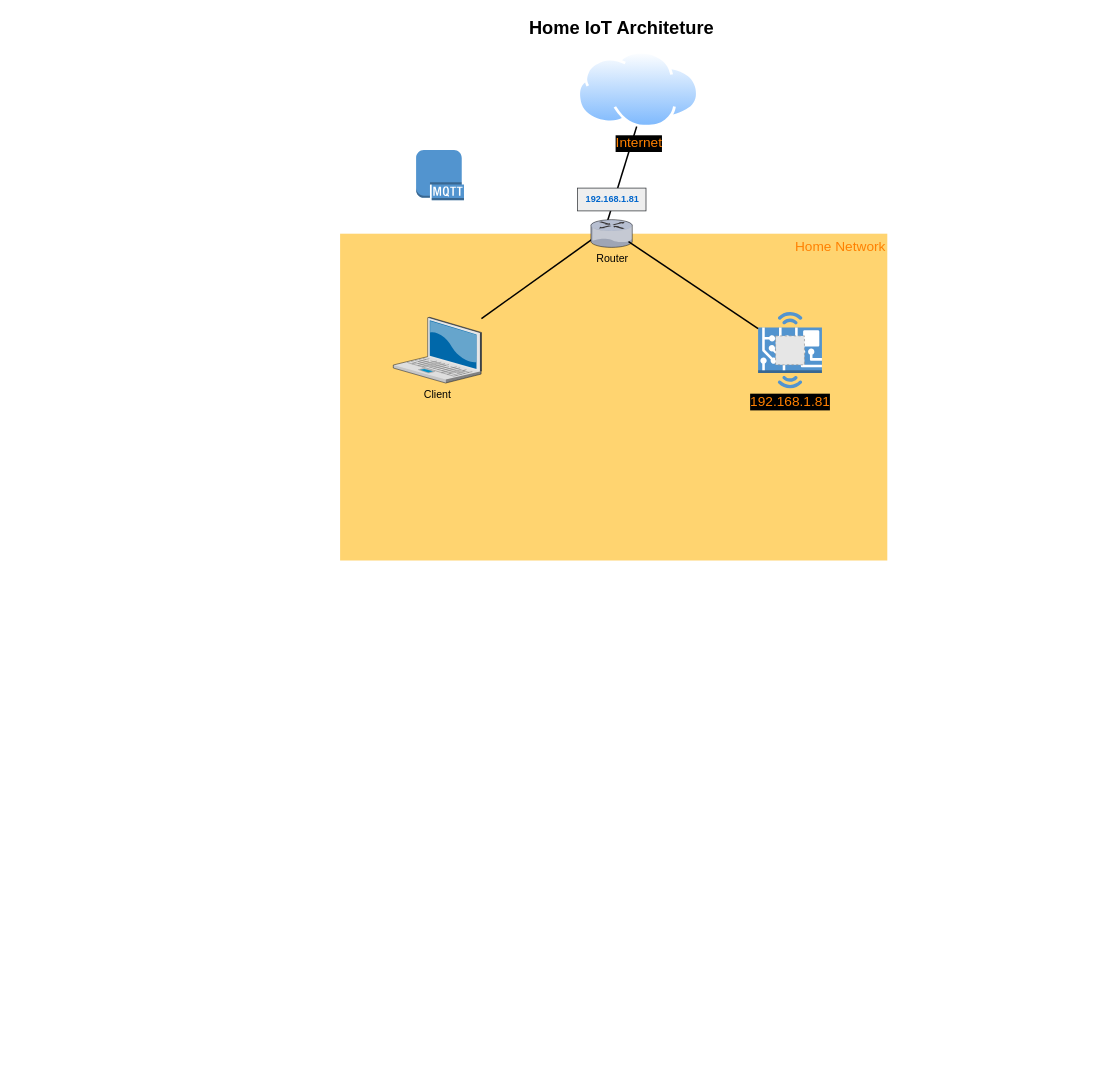
Above: drawio/design.drawio in lilpilgit/Kubernetes-Stuff (draw.io), before the change. Source tidied: cells renumbered, new cells numbered last; positions are measured from the earlier drawing's top-left corner, leaving out a move shared by most shapes. Both pictures are drawn from the tidied source at 76%, with x=0, y=0 at pixel (293, 13). Pictures stored in the file or linked from it are replaced by grey dashed boxes.
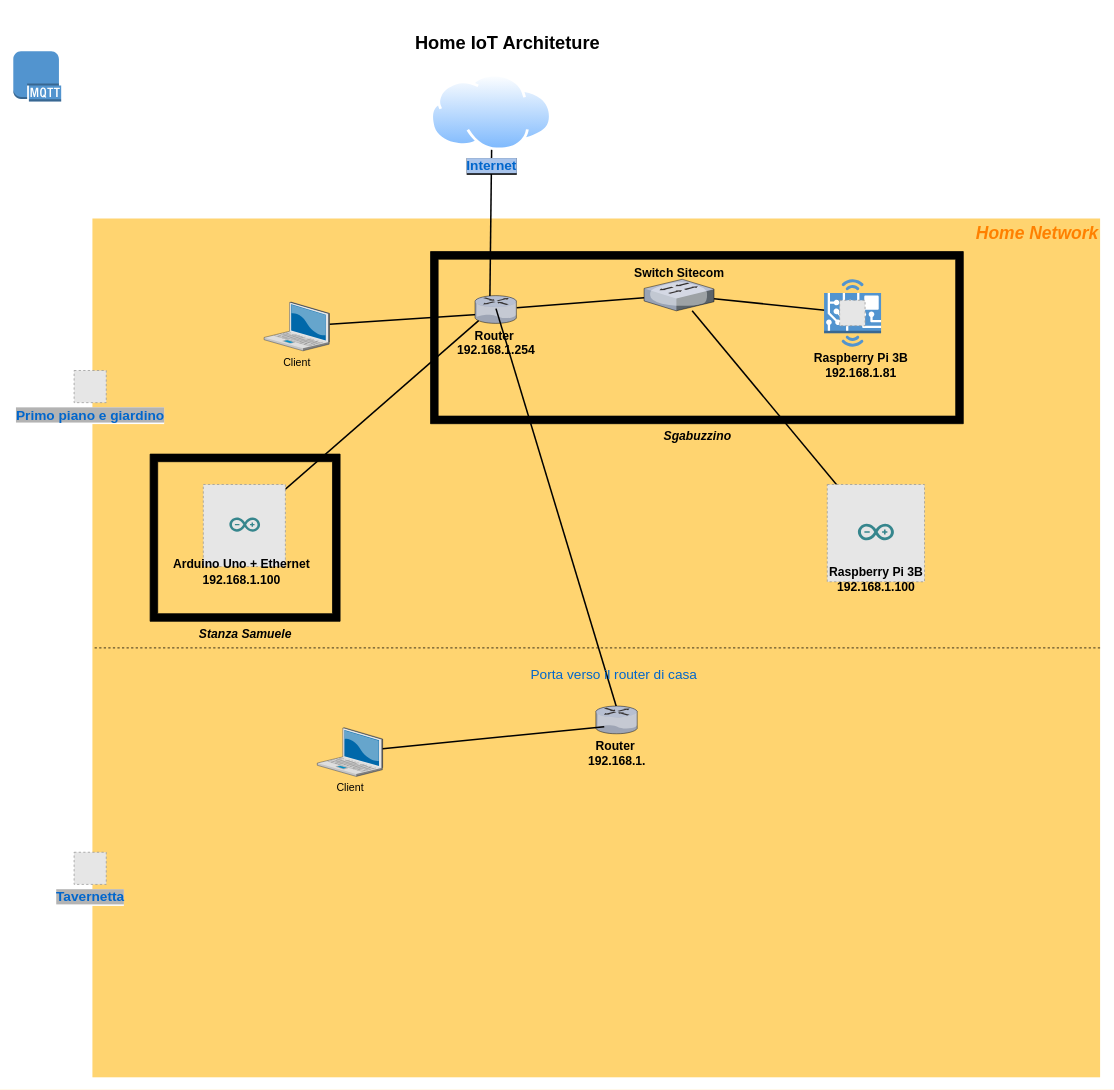
The same page after the edit.

Change to the diagram source:
```diff
@@
+    <mxCell id="16" style="group;" parent="1" vertex="1">
+      <mxGeometry x="-289" y="270" width="1350" height="1130" as="geometry" />
+    </mxCell>
+    <mxCell id="17" style="group;" parent="16" vertex="1">
+      <mxGeometry width="1350" height="1130" as="geometry" />
+    </mxCell>
-    <mxCell id="2" value="&lt;div style=&quot;&quot;&gt;&lt;span style=&quot;font-size: 18px; background-color: initial;&quot;&gt;&lt;font color=&quot;#ff8000&quot;&gt;Home Network&lt;/font&gt;&lt;/span&gt;&lt;/div&gt;" style="whiteSpace=wrap;html=1;fillColor=#FFD470;gradientColor=none;fontSize=14;strokeColor=none;verticalAlign=top;align=right;" parent="1" vertex="1">
-      <mxGeometry x="61" y="290" width="720" height="430" as="geometry" />
+    <mxCell id="2" value="&lt;div style=&quot;&quot;&gt;&lt;span style=&quot;background-color: initial;&quot;&gt;&lt;font style=&quot;font-size: 23px;&quot; color=&quot;#ff8000&quot;&gt;&lt;b&gt;&lt;i&gt;Home Network&lt;/i&gt;&lt;/b&gt;&lt;/font&gt;&lt;/span&gt;&lt;/div&gt;" style="whiteSpace=wrap;html=1;fillColor=#FFD470;gradientColor=none;fontSize=14;strokeColor=none;verticalAlign=top;align=right;" parent="17" vertex="1">
+      <mxGeometry x="24.1" width="1325.9" height="1130" as="geometry" />
     </mxCell>
+    <mxCell id="18" value="&lt;font color=&quot;#0066cc&quot; style=&quot;font-size: 18px; background-color: rgb(179, 179, 179);&quot;&gt;&lt;b style=&quot;&quot;&gt;Primo piano e giardino&lt;/b&gt;&lt;/font&gt;" style="fillColor=#E6E6E6;strokeColor=#999999;dashed=1;html=1;verticalAlign=top;verticalLabelPosition=bottom;labelBackgroundColor=#ffffff;fontSize=9;fontColor=#B5739D;" parent="17" vertex="1">
+      <mxGeometry y="200" width="42.3" height="42.3" as="geometry" />
+    </mxCell>
+    <mxCell id="19" style="endArrow=none;dashed=1;html=1;rounded=0;fontSize=9;fontColor=#B5739D;exitX=1;exitY=0.5;exitDx=0;exitDy=0;entryX=0;entryY=0.5;entryDx=0;entryDy=0;" parent="17" edge="1" source="2" target="2">
+      <mxGeometry relative="1" as="geometry" />
+    </mxCell>
+    <mxCell id="20" value="Client" style="verticalLabelPosition=bottom;html=1;verticalAlign=top;strokeColor=none;shape=mxgraph.citrix.laptop_2;fillColor=#66B2FF;gradientColor=#0066CC;fontSize=14;" parent="17" vertex="1">
+      <mxGeometry x="320" y="670" width="86" height="64.1" as="geometry" />
+    </mxCell>
+    <mxCell id="21" value="&lt;font color=&quot;#0066cc&quot; style=&quot;font-size: 18px; background-color: rgb(179, 179, 179);&quot;&gt;&lt;b style=&quot;&quot;&gt;Tavernetta&lt;/b&gt;&lt;/font&gt;" style="fillColor=#E6E6E6;strokeColor=#999999;dashed=1;html=1;verticalAlign=top;verticalLabelPosition=bottom;labelBackgroundColor=#ffffff;fontSize=9;fontColor=#B5739D;" parent="16" vertex="1">
+      <mxGeometry y="833.9" width="42.3" height="42.3" as="geometry" />
+    </mxCell>
@@
     <mxCell id="4" value="Client" style="verticalLabelPosition=bottom;html=1;verticalAlign=top;strokeColor=none;shape=mxgraph.citrix.laptop_2;fillColor=#66B2FF;gradientColor=#0066CC;fontSize=14;" parent="1" vertex="1">
-      <mxGeometry x="131" y="400" width="116" height="86.5" as="geometry" />
+      <mxGeometry x="-39" y="380" width="86" height="64.1" as="geometry" />
     </mxCell>
     <mxCell id="5" value="Home IoT Architeture" style="text;strokeColor=none;fillColor=none;html=1;fontSize=24;fontStyle=1;verticalAlign=middle;align=center;" parent="1" vertex="1">
-      <mxGeometry width="861" height="40" as="geometry" />
+      <mxGeometry x="-150" y="20" width="861" height="40" as="geometry" />
     </mxCell>
@@
-    <mxCell id="7" value="Internet" style="perimeter=ellipsePerimeter;html=1;align=center;shadow=0;dashed=0;spacingTop=3;image;image=img/lib/active_directory/internet_cloud.svg;labelBackgroundColor=#000000;fontSize=18;fontColor=#FF8000;" parent="1" vertex="1">
-      <mxGeometry x="373.5" y="50" width="160" height="100.8" as="geometry" />
+    <mxCell id="7" value="&lt;span style=&quot;background-color: rgb(169, 196, 235);&quot;&gt;&lt;font color=&quot;#0066cc&quot;&gt;&lt;b&gt;Internet&lt;/b&gt;&lt;/font&gt;&lt;/span&gt;" style="perimeter=ellipsePerimeter;html=1;align=center;shadow=0;dashed=0;spacingTop=3;image;image=img/lib/active_directory/internet_cloud.svg;labelBackgroundColor=#000000;fontSize=18;fontColor=#FF8000;" parent="1" vertex="1">
+      <mxGeometry x="180" y="80" width="160" height="100.8" as="geometry" />
     </mxCell>
-    <mxCell id="8" style="group;" parent="1" vertex="1">
-      <mxGeometry x="611" y="393" width="84" height="100.5" as="geometry" />
-    </mxCell>
-    <mxCell id="9" value="192.168.1.81" style="outlineConnect=0;dashed=0;verticalLabelPosition=bottom;verticalAlign=top;align=center;html=1;shape=mxgraph.aws3.hardware_board;fillColor=#5294CF;gradientColor=none;labelBackgroundColor=#000000;fontSize=18;fontColor=#FF8000;" parent="8" vertex="1">
-      <mxGeometry width="84" height="100.5" as="geometry" />
-    </mxCell>
-    <mxCell id="10" style="fillColor=#E6E6E6;strokeColor=#999999;dashed=1;html=1;verticalAlign=top;verticalLabelPosition=bottom;labelBackgroundColor=#ffffff;fontSize=18;fontColor=#FF8000;" parent="8" vertex="1">
-      <mxGeometry x="23" y="31.5" width="38" height="38" as="geometry" />
-    </mxCell>
     <mxCell id="11" style="group;" parent="1" vertex="1">
-      <mxGeometry x="373.5" y="230" width="90" height="78" as="geometry" />
+      <mxGeometry x="221" y="330" width="90" height="78" as="geometry" />
     </mxCell>
-    <mxCell id="12" value="Router" style="verticalLabelPosition=bottom;html=1;verticalAlign=top;strokeColor=none;shape=mxgraph.citrix.router;fillColor=#66B2FF;gradientColor=#0066CC;fontSize=14;" parent="11" vertex="1">
+    <mxCell id="12" value="&lt;b style=&quot;border-color: var(--border-color); font-size: 16px;&quot;&gt;Router&amp;nbsp;&lt;br&gt;192.168.1.254&lt;br&gt;&lt;/b&gt;" style="verticalLabelPosition=bottom;html=1;verticalAlign=top;strokeColor=none;shape=mxgraph.citrix.router;fillColor=#66B2FF;gradientColor=#0066CC;fontSize=14;" parent="11" vertex="1">
       <mxGeometry x="17.5" y="41.5" width="55" height="36.5" as="geometry" />
     </mxCell>
-    <mxCell id="13" value="&lt;b&gt;&lt;font color=&quot;#0066cc&quot;&gt;192.168.1.81&lt;/font&gt;&lt;/b&gt;" style="text;html=1;align=center;verticalAlign=middle;fillColor=#eeeeee;strokeColor=#36393d;" parent="11" vertex="1">
-      <mxGeometry width="90" height="30" as="geometry" />
-    </mxCell>
-    <mxCell id="14" style="edgeStyle=none;rounded=0;html=1;startSize=10;endSize=10;jettySize=auto;fontSize=14;endArrow=none;endFill=0;strokeWidth=2;entryX=0.9;entryY=0.791;entryDx=0;entryDy=0;entryPerimeter=0;" parent="1" edge="1" source="9" target="12">
+    <mxCell id="14" style="edgeStyle=none;rounded=0;html=1;startSize=10;endSize=10;jettySize=auto;fontSize=14;endArrow=none;endFill=0;strokeWidth=2;" parent="1" edge="1" source="44" target="38">
       <mxGeometry relative="1" as="geometry" />
     </mxCell>
     <mxCell id="15" style="dashed=0;verticalLabelPosition=bottom;verticalAlign=top;align=center;html=1;shape=mxgraph.aws3.mqtt_protocol;fillColor=#5294CF;gradientColor=none;labelBackgroundColor=#000000;fontSize=18;fontColor=#FF8000;" parent="1" vertex="1">
-      <mxGeometry x="161" y="180" width="63" height="66" as="geometry" />
+      <mxGeometry x="-369" y="50" width="63" height="66" as="geometry" />
     </mxCell>
+    <mxCell id="22" style="edgeStyle=none;rounded=0;html=1;startSize=10;endSize=10;jettySize=auto;fontSize=14;endArrow=none;endFill=0;strokeWidth=2;entryX=0.087;entryY=0.903;entryDx=0;entryDy=0;entryPerimeter=0;" parent="1" edge="1" source="33" target="12">
+      <mxGeometry relative="1" as="geometry" />
+    </mxCell>
+    <mxCell id="23" style="edgeStyle=none;html=1;startSize=10;endSize=10;jettySize=auto;fontSize=9;endArrow=none;endFill=0;strokeWidth=2;rounded=0;" parent="1" edge="1" source="27" target="38">
+      <mxGeometry relative="1" as="geometry" />
+    </mxCell>
+    <mxCell id="24" style="group;" parent="1" vertex="1">
+      <mxGeometry x="691" y="620" width="150" height="150" as="geometry" />
+    </mxCell>
+    <mxCell id="25" style="group;" parent="24" vertex="1">
+      <mxGeometry x="11" width="128" height="128" as="geometry" />
+    </mxCell>
+    <mxCell id="26" style="fillColor=#E6E6E6;strokeColor=#999999;dashed=1;html=1;verticalAlign=top;verticalLabelPosition=bottom;labelBackgroundColor=#ffffff;" parent="25" vertex="1">
+      <mxGeometry width="128" height="128" as="geometry" />
+    </mxCell>
+    <mxCell id="27" style="dashed=0;outlineConnect=0;html=1;align=center;labelPosition=center;verticalLabelPosition=bottom;verticalAlign=top;shape=mxgraph.weblogos.arduino;fillColor=#36868D;strokeColor=none;" parent="25" vertex="1">
+      <mxGeometry x="40.3" y="51.5" width="47.4" height="22" as="geometry" />
+    </mxCell>
+    <mxCell id="28" value="&lt;font color=&quot;#000000&quot; style=&quot;font-size: 16px;&quot;&gt;&lt;b&gt;Raspberry Pi 3B&lt;br&gt;192.168.1.100&lt;/b&gt;&lt;/font&gt;" style="text;html=1;align=center;verticalAlign=middle;strokeColor=none;fillColor=none;fontColor=#FF8000;" parent="24" vertex="1">
+      <mxGeometry y="100" width="150" height="50" as="geometry" />
+    </mxCell>
+    <mxCell id="29" style="group;" parent="1" vertex="1">
+      <mxGeometry x="-189" y="580" width="250" height="220" as="geometry" />
+    </mxCell>
+    <mxCell id="30" style="group;" parent="29" vertex="1">
+      <mxGeometry x="50" y="40" width="175" height="150" as="geometry" />
+    </mxCell>
+    <mxCell id="31" style="group;" parent="30" vertex="1">
+      <mxGeometry x="20" width="109" height="108" as="geometry" />
+    </mxCell>
+    <mxCell id="32" value="&lt;span style=&quot;font-size: 18px; background-color: rgb(0, 0, 0);&quot;&gt;&lt;font color=&quot;#ff8000&quot;&gt;&lt;br&gt;&lt;/font&gt;&lt;/span&gt;" style="fillColor=#E6E6E6;strokeColor=#999999;dashed=1;html=1;verticalAlign=top;verticalLabelPosition=bottom;labelBackgroundColor=#ffffff;" parent="31" vertex="1">
+      <mxGeometry width="108" height="108" as="geometry" />
+    </mxCell>
+    <mxCell id="33" style="dashed=0;outlineConnect=0;html=1;align=center;labelPosition=center;verticalLabelPosition=bottom;verticalAlign=top;shape=mxgraph.weblogos.arduino;fillColor=#36868D;strokeColor=none;" parent="31" vertex="1">
+      <mxGeometry x="34.3" y="43.5" width="40.4" height="18.6" as="geometry" />
+    </mxCell>
+    <mxCell id="34" value="&lt;font color=&quot;#000000&quot; style=&quot;font-size: 16px;&quot;&gt;&lt;b&gt;Arduino Uno + Ethernet&lt;br&gt;192.168.1.100&lt;/b&gt;&lt;/font&gt;" style="text;html=1;align=center;verticalAlign=middle;strokeColor=none;fillColor=none;fontColor=#FF8000;" parent="30" vertex="1">
+      <mxGeometry x="-30" y="90" width="200" height="50" as="geometry" />
+    </mxCell>
+    <mxCell id="35" value="&lt;b&gt;&lt;i&gt;Stanza Samuele&lt;/i&gt;&lt;/b&gt;" style="verticalLabelPosition=bottom;html=1;verticalAlign=top;align=center;shape=mxgraph.floorplan.room;fillColor=strokeColor;labelBackgroundColor=none;fontSize=16;fontColor=#000000;" parent="29" vertex="1">
+      <mxGeometry width="250" height="220" as="geometry" />
+    </mxCell>
+    <mxCell id="36" style="group;" parent="1" vertex="1">
+      <mxGeometry x="180" y="313.5" width="701" height="226.5" as="geometry" />
+    </mxCell>
+    <mxCell id="37" value="&lt;b&gt;&lt;i&gt;Sgabuzzino&lt;/i&gt;&lt;/b&gt;" style="verticalLabelPosition=bottom;html=1;verticalAlign=top;align=center;shape=mxgraph.floorplan.room;fillColor=strokeColor;labelBackgroundColor=none;fontSize=16;fontColor=#000000;" parent="36" vertex="1">
+      <mxGeometry width="701" height="226.5" as="geometry" />
+    </mxCell>
+    <mxCell id="38" value="&lt;font color=&quot;#000000&quot;&gt;&lt;span style=&quot;font-size: 16px;&quot;&gt;&lt;b&gt;Switch Sitecom&lt;/b&gt;&lt;/span&gt;&lt;/font&gt;" style="verticalLabelPosition=bottom;sketch=0;html=1;verticalAlign=top;strokeColor=none;align=center;outlineConnect=0;shape=mxgraph.citrix.switch;labelBackgroundColor=none;fontSize=18;fontColor=#B5739D;spacingTop=-67;" parent="36" vertex="1">
+      <mxGeometry x="281" y="36.5" width="92" height="41.5" as="geometry" />
+    </mxCell>
+    <mxCell id="39" style="group;" parent="1" vertex="1">
+      <mxGeometry x="671" y="350" width="167" height="150" as="geometry" />
+    </mxCell>
+    <mxCell id="40" value="&lt;font color=&quot;#000000&quot; style=&quot;font-size: 16px;&quot;&gt;&lt;b&gt;Raspberry Pi 3B&lt;br&gt;192.168.1.81&lt;/b&gt;&lt;/font&gt;" style="text;html=1;align=center;verticalAlign=middle;strokeColor=none;fillColor=none;fontColor=#FF8000;" parent="39" vertex="1">
+      <mxGeometry y="88.2" width="150" height="50" as="geometry" />
+    </mxCell>
+    <mxCell id="41" style="group;" parent="39" vertex="1">
+      <mxGeometry x="26.8" width="140.2" height="150" as="geometry" />
+    </mxCell>
+    <mxCell id="42" style="group;" parent="41" vertex="1">
+      <mxGeometry width="75" height="88.7" as="geometry" />
+    </mxCell>
+    <mxCell id="43" style="dashed=0;verticalLabelPosition=bottom;verticalAlign=top;align=center;html=1;shape=mxgraph.aws3.hardware_board;fillColor=#5294CF;gradientColor=none;labelBackgroundColor=#000000;fontSize=18;fontColor=#FF8000;" parent="42" vertex="1">
+      <mxGeometry width="75" height="88.7" as="geometry" />
+    </mxCell>
+    <mxCell id="44" style="fillColor=#E6E6E6;strokeColor=#999999;dashed=1;html=1;verticalAlign=top;verticalLabelPosition=bottom;labelBackgroundColor=#ffffff;fontSize=18;fontColor=#FF8000;" parent="42" vertex="1">
+      <mxGeometry x="20.5" y="27.6" width="33.5" height="33.5" as="geometry" />
+    </mxCell>
+    <mxCell id="45" style="edgeStyle=none;rounded=0;html=1;startSize=10;endSize=10;jettySize=auto;fontSize=14;endArrow=none;endFill=0;strokeWidth=2;" parent="1" edge="1" source="38" target="12">
+      <mxGeometry relative="1" as="geometry" />
+    </mxCell>
+    <mxCell id="46" style="edgeStyle=none;rounded=0;html=1;startSize=10;endSize=10;jettySize=auto;fontSize=14;endArrow=none;endFill=0;strokeWidth=2;entryX=0.502;entryY=0.467;entryDx=0;entryDy=0;entryPerimeter=0;exitX=0.576;exitY=0.446;exitDx=0;exitDy=0;exitPerimeter=0;" parent="1" edge="1" source="49" target="12">
+      <mxGeometry relative="1" as="geometry" />
+    </mxCell>
+    <mxCell id="47" style="group;" parent="1" vertex="1">
+      <mxGeometry x="301" y="850" width="240" height="98" as="geometry" />
+    </mxCell>
+    <mxCell id="48" style="group;" parent="47" vertex="1">
+      <mxGeometry x="79" y="20" width="90" height="78" as="geometry" />
+    </mxCell>
+    <mxCell id="49" value="&lt;b style=&quot;border-color: var(--border-color); font-size: 16px;&quot;&gt;Router&amp;nbsp;&lt;br&gt;192.168.1.&lt;br&gt;&lt;/b&gt;" style="verticalLabelPosition=bottom;html=1;verticalAlign=top;strokeColor=none;shape=mxgraph.citrix.router;fillColor=#66B2FF;gradientColor=#0066CC;fontSize=14;" parent="48" vertex="1">
+      <mxGeometry x="17.5" y="41.5" width="55" height="36.5" as="geometry" />
+    </mxCell>
+    <mxCell id="50" value="Porta verso il router di casa" style="text;html=1;align=center;verticalAlign=middle;strokeColor=none;fillColor=none;fontSize=18;fontColor=#0066CC;" parent="47" vertex="1">
+      <mxGeometry width="240" height="40" as="geometry" />
+    </mxCell>
+    <mxCell id="51" style="edgeStyle=none;rounded=0;html=1;startSize=10;endSize=10;jettySize=auto;fontSize=14;endArrow=none;endFill=0;strokeWidth=2;entryX=0.201;entryY=0.743;entryDx=0;entryDy=0;entryPerimeter=0;" parent="1" edge="1" source="20" target="49">
+      <mxGeometry relative="1" as="geometry" />
+    </mxCell>
```
